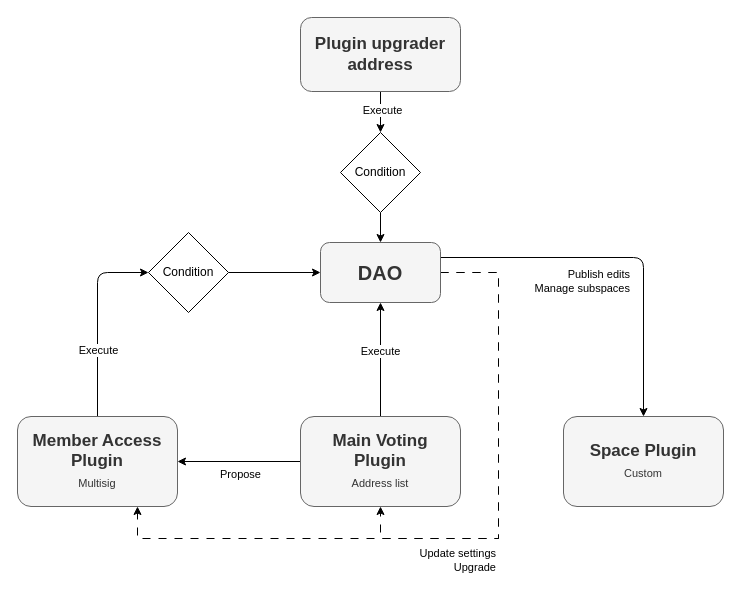
This is page "Permissions Std" (1 of 8) of img/Geo Diagrams.drawio from aragon/geo-browser-contracts, a draw.io file, before an edit. Source tidied: cells renumbered, new cells numbered last; positions are measured from the earlier drawing's top-left corner, leaving out a move shared by most shapes. Both pictures are drawn from the tidied source at 100%, with x=0, y=0 at pixel (17, 17).
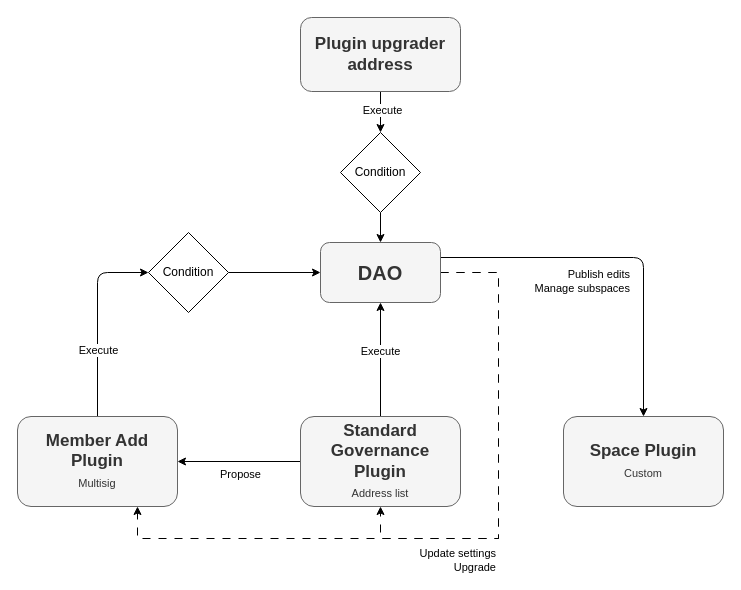
The same page after the edit.

Change to the diagram source:
```diff
@@
-    <mxCell id="12" value="&lt;font size=&quot;1&quot; style=&quot;&quot;&gt;&lt;b style=&quot;font-size: 17px;&quot;&gt;Main Voting&lt;br&gt;Plugin&lt;/b&gt;&lt;/font&gt;&lt;font style=&quot;font-size: 11px;&quot;&gt;&lt;br&gt;Address list&lt;/font&gt;&lt;font size=&quot;1&quot; style=&quot;&quot;&gt;&lt;b style=&quot;font-size: 17px;&quot;&gt;&lt;br&gt;&lt;/b&gt;&lt;/font&gt;" style="rounded=1;whiteSpace=wrap;html=1;fillColor=#f5f5f5;fontColor=#333333;strokeColor=#666666;" parent="1" vertex="1">
+    <mxCell id="12" value="&lt;font size=&quot;1&quot; style=&quot;&quot;&gt;&lt;b style=&quot;font-size: 17px;&quot;&gt;Standard Governance&lt;br&gt;Plugin&lt;/b&gt;&lt;/font&gt;&lt;font style=&quot;font-size: 11px;&quot;&gt;&lt;br&gt;Address list&lt;/font&gt;&lt;font size=&quot;1&quot; style=&quot;&quot;&gt;&lt;b style=&quot;font-size: 17px;&quot;&gt;&lt;br&gt;&lt;/b&gt;&lt;/font&gt;" style="rounded=1;whiteSpace=wrap;html=1;fillColor=#f5f5f5;fontColor=#333333;strokeColor=#666666;" parent="1" vertex="1">
       <mxGeometry x="283" y="399" width="160" height="90" as="geometry" />
     </mxCell>
@@
-    <mxCell id="15" value="&lt;font size=&quot;1&quot;&gt;&lt;b style=&quot;font-size: 17px;&quot;&gt;Member Access&lt;br&gt;Plugin&lt;/b&gt;&lt;/font&gt;&lt;font style=&quot;font-size: 11px;&quot;&gt;&lt;br&gt;Multisig&lt;/font&gt;&lt;font size=&quot;1&quot; style=&quot;&quot;&gt;&lt;b style=&quot;font-size: 17px;&quot;&gt;&lt;br&gt;&lt;/b&gt;&lt;/font&gt;" style="rounded=1;whiteSpace=wrap;html=1;fillColor=#f5f5f5;fontColor=#333333;strokeColor=#666666;" parent="1" vertex="1">
+    <mxCell id="15" value="&lt;font size=&quot;1&quot;&gt;&lt;b style=&quot;font-size: 17px;&quot;&gt;Member Add&lt;br&gt;Plugin&lt;/b&gt;&lt;/font&gt;&lt;font style=&quot;font-size: 11px;&quot;&gt;&lt;br&gt;Multisig&lt;/font&gt;&lt;font size=&quot;1&quot; style=&quot;&quot;&gt;&lt;b style=&quot;font-size: 17px;&quot;&gt;&lt;br&gt;&lt;/b&gt;&lt;/font&gt;" style="rounded=1;whiteSpace=wrap;html=1;fillColor=#f5f5f5;fontColor=#333333;strokeColor=#666666;" parent="1" vertex="1">
       <mxGeometry y="399" width="160" height="90" as="geometry" />
     </mxCell>
```
